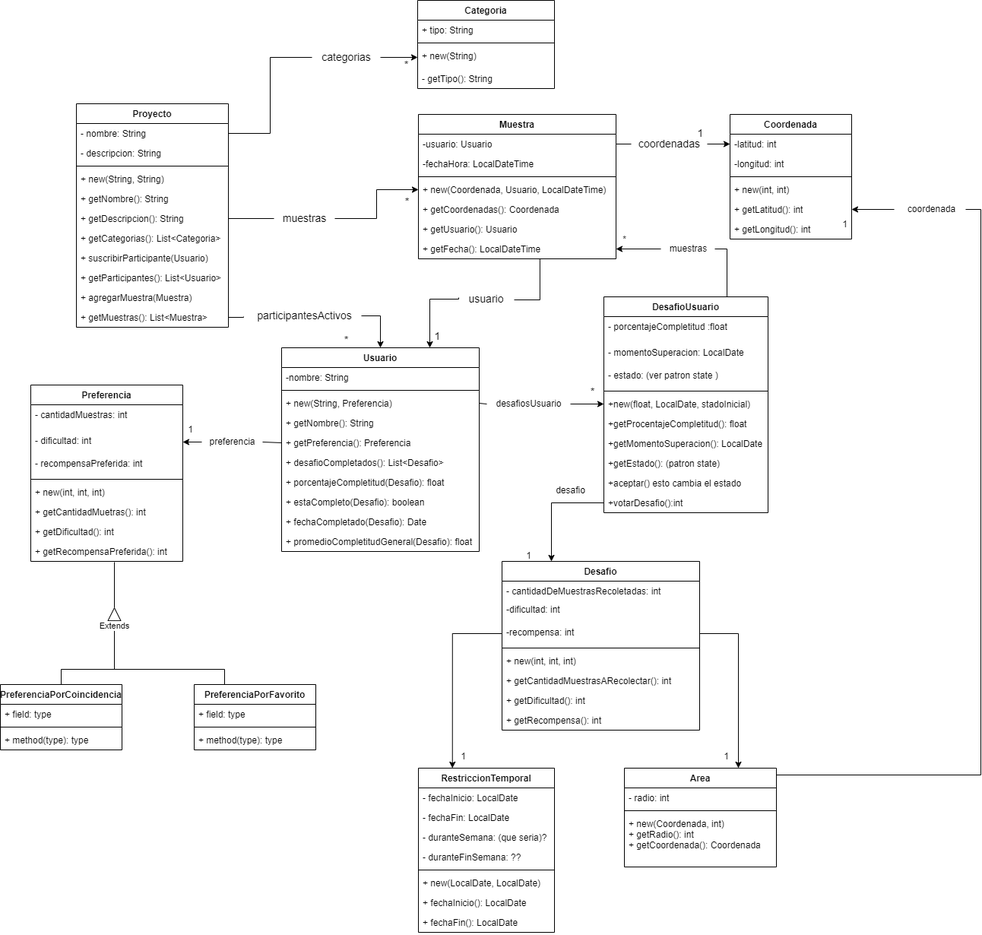
The draw.io diagram UMLTPFinal.drawio.png in Maxxie12/Unq-po2-TpFinal, before a commit. Source tidied: cells renumbered, new cells last; positions are measured from the earlier drawing's top-left corner, leaving out a move shared by most shapes.
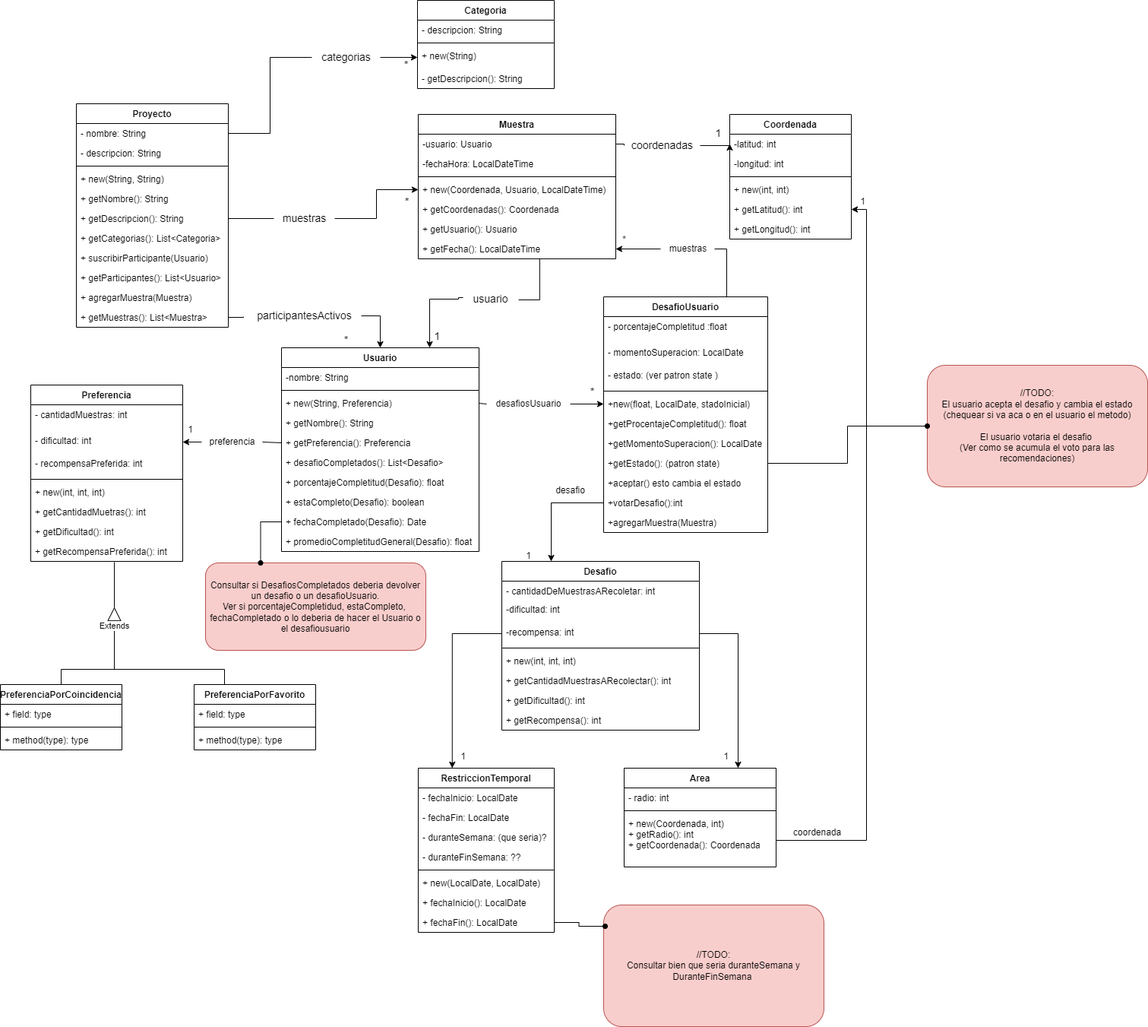
Later version of the same file.

Commit message:
Actualizo UMLTPFinal

Diff of the diagram source:
```diff
@@ -240,7 +240,7 @@
       <mxGeometry x="560" y="427" width="30" height="30" as="geometry" />
     </mxCell>
     <mxCell id="77" value="1" style="text;html=1;align=center;verticalAlign=middle;strokeColor=none;fillColor=none;fontSize=14;" parent="1" vertex="1">
-      <mxGeometry x="906" y="160" width="30" height="30" as="geometry" />
+      <mxGeometry x="930" y="160" width="30" height="30" as="geometry" />
     </mxCell>
     <mxCell id="78" style="edgeStyle=orthogonalEdgeStyle;rounded=0;jettySize=auto;html=1;exitX=1;exitY=0.5;exitDx=0;exitDy=0;entryX=0;entryY=0.5;entryDx=0;entryDy=0;fontSize=14;startArrow=none;" parent="1" edge="1" source="130" target="29">
       <mxGeometry relative="1" as="geometry" />
@@ -263,7 +263,7 @@
     <mxCell id="81" value="Categoria" style="swimlane;fontStyle=1;align=center;verticalAlign=top;horizontal=1;startSize=26;" parent="1" vertex="1">
       <mxGeometry x="549" width="180" height="116" as="geometry" />
     </mxCell>
-    <mxCell id="82" value="+ tipo: String" style="text;strokeColor=none;fillColor=none;align=left;verticalAlign=top;spacingLeft=4;spacingRight=4;overflow=hidden;" parent="81" vertex="1">
+    <mxCell id="82" value="- descripcion: String" style="text;strokeColor=none;fillColor=none;align=left;verticalAlign=top;spacingLeft=4;spacingRight=4;overflow=hidden;" parent="81" vertex="1">
       <mxGeometry y="26" width="180" height="26" as="geometry" />
     </mxCell>
     <mxCell id="83" style="line;strokeWidth=1;fillColor=none;align=left;verticalAlign=middle;spacingTop=-1;spacingLeft=3;spacingRight=3;labelPosition=right;strokeColor=inherit;" parent="81" vertex="1">
@@ -272,7 +272,7 @@
     <mxCell id="84" value="+ new(String)" style="text;strokeColor=none;fillColor=none;align=left;verticalAlign=top;spacingLeft=4;spacingRight=4;overflow=hidden;points=[[0,0.5],[1,0.5]];portConstraint=eastwest;" parent="81" vertex="1">
       <mxGeometry y="60" width="180" height="30" as="geometry" />
     </mxCell>
-    <mxCell id="85" value="- getTipo(): String" style="text;strokeColor=none;fillColor=none;align=left;verticalAlign=top;spacingLeft=4;spacingRight=4;overflow=hidden;" parent="81" vertex="1">
+    <mxCell id="85" value="- getDescripcion(): String" style="text;strokeColor=none;fillColor=none;align=left;verticalAlign=top;spacingLeft=4;spacingRight=4;overflow=hidden;" parent="81" vertex="1">
       <mxGeometry y="90" width="180" height="26" as="geometry" />
     </mxCell>
     <mxCell id="86" style="endArrow=classic;html=1;rounded=0;entryX=0;entryY=0.5;entryDx=0;entryDy=0;exitX=1;exitY=0.5;exitDx=0;exitDy=0;startArrow=none;" parent="1" edge="1" source="136" target="105">
@@ -290,7 +290,7 @@
     <mxCell id="90" value="Desafio" style="swimlane;fontStyle=1;align=center;verticalAlign=top;horizontal=1;startSize=26;" parent="1" vertex="1">
       <mxGeometry x="660" y="738" width="260" height="222" as="geometry" />
     </mxCell>
-    <mxCell id="91" value="- cantidadDeMuestrasRecoletadas: int" style="text;strokeColor=none;fillColor=none;align=left;verticalAlign=top;spacingLeft=4;spacingRight=4;overflow=hidden;" parent="90" vertex="1">
+    <mxCell id="91" value="- cantidadDeMuestrasARecoletar: int" style="text;strokeColor=none;fillColor=none;align=left;verticalAlign=top;spacingLeft=4;spacingRight=4;overflow=hidden;" parent="90" vertex="1">
       <mxGeometry y="26" width="260" height="24" as="geometry" />
     </mxCell>
     <mxCell id="92" value="-dificultad: int" style="text;strokeColor=none;fillColor=none;align=left;verticalAlign=top;spacingLeft=4;spacingRight=4;overflow=hidden;" parent="90" vertex="1">
@@ -318,7 +318,7 @@
       <mxGeometry relative="1" as="geometry" />
     </mxCell>
     <mxCell id="100" value="DesafioUsuario" style="swimlane;fontStyle=1;align=center;verticalAlign=top;horizontal=1;startSize=26;" parent="1" vertex="1">
-      <mxGeometry x="794" y="390" width="216" height="284" as="geometry" />
+      <mxGeometry x="794" y="390" width="216" height="310" as="geometry" />
     </mxCell>
     <mxCell id="101" value="- porcentajeCompletitud :float" style="text;strokeColor=none;fillColor=none;align=left;verticalAlign=top;spacingLeft=4;spacingRight=4;overflow=hidden;" parent="100" vertex="1">
       <mxGeometry y="26" width="216" height="34" as="geometry" />
@@ -350,6 +350,9 @@
     <mxCell id="110" value="+votarDesafio():int" style="text;strokeColor=none;fillColor=none;align=left;verticalAlign=top;spacingLeft=4;spacingRight=4;overflow=hidden;points=[[0,0.5],[1,0.5]];portConstraint=eastwest;" parent="100" vertex="1">
       <mxGeometry y="258" width="216" height="26" as="geometry" />
     </mxCell>
+    <mxCell id="142" value="+agregarMuestra(Muestra)" style="text;strokeColor=none;fillColor=none;align=left;verticalAlign=top;spacingLeft=4;spacingRight=4;overflow=hidden;" parent="100" vertex="1">
+      <mxGeometry y="284" width="216" height="26" as="geometry" />
+    </mxCell>
     <mxCell id="111" value="1" style="text;html=1;align=center;verticalAlign=middle;strokeColor=none;fillColor=none;" parent="1" vertex="1">
       <mxGeometry x="680" y="716" width="30" height="30" as="geometry" />
     </mxCell>
@@ -357,7 +360,7 @@
       <mxGeometry x="720" y="630" width="60" height="30" as="geometry" />
     </mxCell>
     <mxCell id="113" value="1" style="text;html=1;align=center;verticalAlign=middle;strokeColor=none;fillColor=none;" parent="1" vertex="1">
-      <mxGeometry x="1096" y="280" width="30" height="30" as="geometry" />
+      <mxGeometry x="1120" y="250" width="30" height="30" as="geometry" />
     </mxCell>
     <mxCell id="114" style="endArrow=classic;html=1;rounded=0;entryX=1;entryY=0.5;entryDx=0;entryDy=0;exitX=0;exitY=0.5;exitDx=0;exitDy=0;startArrow=none;" parent="1" edge="1" source="134" target="42">
       <mxGeometry relative="1" as="geometry" />
@@ -371,9 +374,6 @@
     <mxCell id="117" style="edgeStyle=orthogonalEdgeStyle;rounded=0;jettySize=auto;html=1;exitX=0;exitY=0.5;exitDx=0;exitDy=0;entryX=0.25;entryY=0;entryDx=0;entryDy=0;" parent="1" edge="1" source="110" target="90">
       <mxGeometry relative="1" as="geometry" />
     </mxCell>
-    <mxCell id="118" style="edgeStyle=orthogonalEdgeStyle;rounded=0;jettySize=auto;html=1;exitX=-0.044;exitY=0.5;exitDx=0;exitDy=0;entryX=1;entryY=0.5;entryDx=0;entryDy=0;startArrow=none;exitPerimeter=0;" parent="1" edge="1" source="138" target="38">
-      <mxGeometry relative="1" as="geometry" />
-    </mxCell>
     <mxCell id="119" style="edgeStyle=orthogonalEdgeStyle;rounded=0;jettySize=auto;html=1;exitX=0;exitY=0.5;exitDx=0;exitDy=0;entryX=0.25;entryY=0;entryDx=0;entryDy=0;" parent="1" edge="1" source="93" target="59">
       <mxGeometry relative="1" as="geometry" />
     </mxCell>
@@ -402,7 +402,7 @@
       <mxGeometry relative="1" as="geometry" />
     </mxCell>
     <mxCell id="126" value="coordenadas" style="text;html=1;align=center;verticalAlign=middle;points=[];strokeColor=none;fillColor=none;fontSize=14;" parent="1" vertex="1">
-      <mxGeometry x="830" y="174" width="100" height="30" as="geometry" />
+      <mxGeometry x="821" y="176" width="100" height="30" as="geometry" />
     </mxCell>
     <mxCell id="127" style="edgeStyle=orthogonalEdgeStyle;rounded=0;jettySize=auto;html=1;exitX=1;exitY=0.5;exitDx=0;exitDy=0;entryX=0;entryY=0.5;entryDx=0;entryDy=0;fontSize=14;endArrow=none;" parent="1" edge="1" target="126">
       <mxGeometry relative="1" as="geometry">
@@ -445,20 +445,8 @@
     <mxCell id="137" style="endArrow=none;html=1;rounded=0;entryX=0;entryY=0.5;entryDx=0;entryDy=0;exitX=1;exitY=0.5;exitDx=0;exitDy=0;" parent="1" edge="1" source="17" target="136">
       <mxGeometry relative="1" as="geometry" />
     </mxCell>
-    <mxCell id="138" value="coordenada" style="text;html=1;align=center;verticalAlign=middle;points=[];strokeColor=none;fillColor=none;" parent="1" vertex="1">
-      <mxGeometry x="1180" y="260" width="90" height="30" as="geometry" />
-    </mxCell>
-    <mxCell id="139" style="edgeStyle=orthogonalEdgeStyle;rounded=0;jettySize=auto;html=1;exitX=1;exitY=0.5;exitDx=0;exitDy=0;entryX=1;entryY=0.5;entryDx=0;entryDy=0;endArrow=none;" parent="1" edge="1" source="69" target="138">
-      <mxGeometry relative="1" as="geometry">
-        <Array as="points">
-          <mxPoint x="1021" y="1019" />
-          <mxPoint x="1290" y="1019" />
-          <mxPoint x="1290" y="275" />
-        </Array>
-      </mxGeometry>
-    </mxCell>
     <mxCell id="140" value="usuario" style="text;html=1;align=center;verticalAlign=middle;points=[];strokeColor=none;fillColor=none;fontSize=14;" parent="1" vertex="1">
-      <mxGeometry x="604" y="378" width="70" height="30" as="geometry" />
+      <mxGeometry x="610" y="378" width="70" height="30" as="geometry" />
     </mxCell>
     <mxCell id="141" style="edgeStyle=orthogonalEdgeStyle;rounded=0;jettySize=auto;html=1;exitX=0.615;exitY=1;exitDx=0;exitDy=0;entryX=1.029;entryY=0.533;entryDx=0;entryDy=0;fontSize=14;exitPerimeter=0;endArrow=none;entryPerimeter=0;" parent="1" edge="1" source="32" target="140">
       <mxGeometry relative="1" as="geometry">
@@ -467,5 +455,29 @@
         </Array>
       </mxGeometry>
     </mxCell>
+    <mxCell id="138" value="coordenada" style="text;html=1;align=center;verticalAlign=middle;points=[];strokeColor=none;fillColor=none;" parent="1" vertex="1">
+      <mxGeometry x="1030" y="1080" width="90" height="30" as="geometry" />
+    </mxCell>
+    <mxCell id="143" style="edgeStyle=orthogonalEdgeStyle;rounded=0;jettySize=auto;html=1;exitX=1;exitY=0.5;exitDx=0;exitDy=0;entryX=1;entryY=0.5;entryDx=0;entryDy=0;" parent="1" edge="1" source="71" target="38">
+      <mxGeometry relative="1" as="geometry" />
+    </mxCell>
+    <mxCell id="144" value="&lt;div&gt;//TODO:&lt;/div&gt;&lt;div&gt;El usuario acepta el desafio y cambia el estado&lt;/div&gt;&lt;div&gt;(chequear si va aca o en el usuario el metodo)&lt;/div&gt;&lt;div&gt;&lt;br&gt;&lt;/div&gt;&lt;div&gt;&lt;div&gt;El usuario votaria el desafio&amp;nbsp;&lt;/div&gt;&lt;div&gt;(Ver como se acumula el voto para las recomendaciones)&lt;/div&gt;&lt;/div&gt;" style="rounded=1;whiteSpace=wrap;html=1;fillColor=#f8cecc;strokeColor=#b85450;" parent="1" vertex="1">
+      <mxGeometry x="1220" y="480" width="290" height="160" as="geometry" />
+    </mxCell>
+    <mxCell id="145" style="edgeStyle=orthogonalEdgeStyle;rounded=0;jettySize=auto;html=1;exitX=1;exitY=0.5;exitDx=0;exitDy=0;entryX=0;entryY=0.5;entryDx=0;entryDy=0;endArrow=oval;endFill=1;" parent="1" edge="1" source="108" target="144">
+      <mxGeometry relative="1" as="geometry" />
+    </mxCell>
+    <mxCell id="146" value="&lt;div&gt;//TODO:&lt;/div&gt;&lt;div&gt;Consultar bien que seria duranteSemana y DuranteFinSemana&amp;nbsp;&lt;/div&gt;" style="rounded=1;whiteSpace=wrap;html=1;fillColor=#f8cecc;strokeColor=#b85450;" parent="1" vertex="1">
+      <mxGeometry x="794" y="1190" width="290" height="160" as="geometry" />
+    </mxCell>
+    <mxCell id="147" style="edgeStyle=orthogonalEdgeStyle;rounded=0;jettySize=auto;html=1;exitX=1;exitY=0.5;exitDx=0;exitDy=0;entryX=0.007;entryY=0.175;entryDx=0;entryDy=0;entryPerimeter=0;endArrow=oval;endFill=1;" parent="1" edge="1" source="67" target="146">
+      <mxGeometry relative="1" as="geometry" />
+    </mxCell>
+    <mxCell id="148" value="Consultar si DesafiosCompletados deberia devolver un desafio o un desafioUsuario.&lt;br&gt;Ver si porcentajeCompletidud, estaCompleto,&amp;nbsp;&lt;br&gt;fechaCompletado o lo deberia de hacer el Usuario o el desafiousuario" style="rounded=1;whiteSpace=wrap;html=1;fillColor=#f8cecc;strokeColor=#b85450;" parent="1" vertex="1">
+      <mxGeometry x="270" y="740" width="290" height="115" as="geometry" />
+    </mxCell>
+    <mxCell id="149" style="edgeStyle=orthogonalEdgeStyle;rounded=0;jettySize=auto;html=1;exitX=0;exitY=0.5;exitDx=0;exitDy=0;entryX=0.25;entryY=0;entryDx=0;entryDy=0;endArrow=oval;endFill=1;" parent="1" edge="1" source="23" target="148">
+      <mxGeometry relative="1" as="geometry" />
+    </mxCell>
   </root>
 </mxGraphModel>
```
